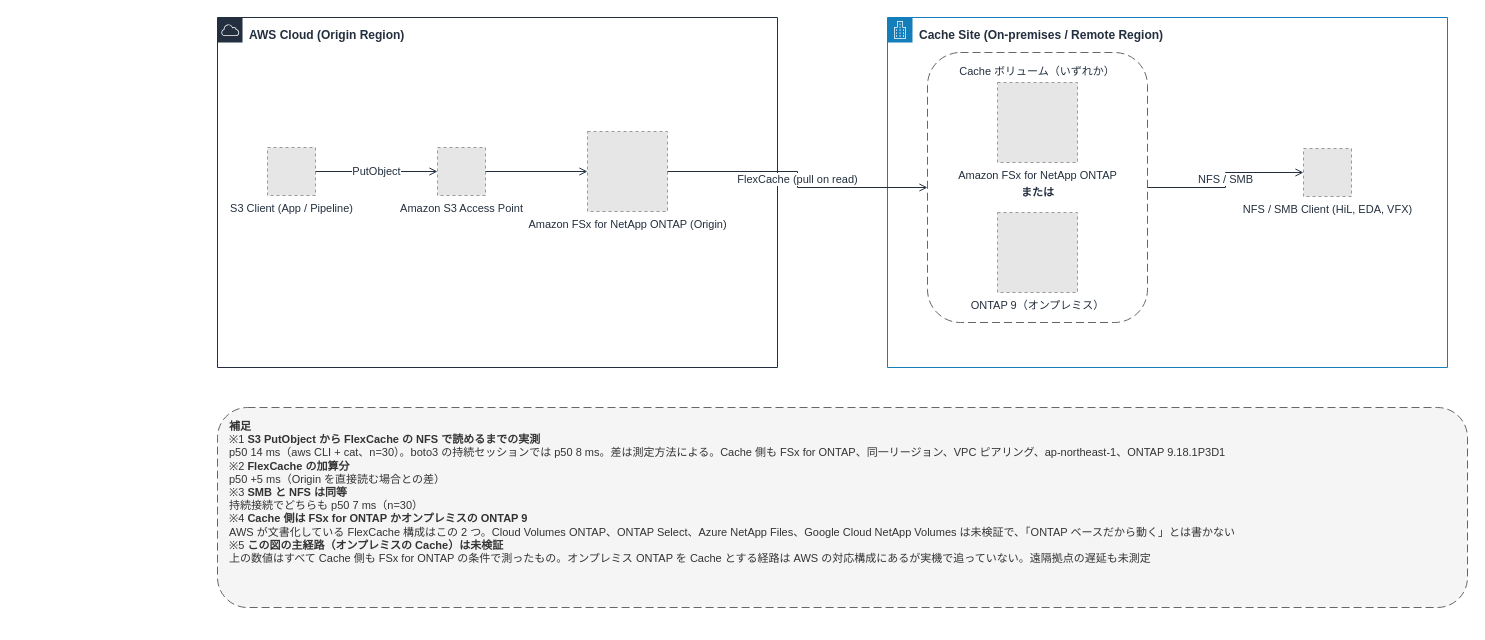
The draw.io diagram docs/_assets/diagrams/s3burst-architecture-overview.drawio in Yoshiki0705/S3-Burst-on-ONTAP-Files, before the edit. Source tidied: cells renumbered, new cells numbered last; positions are measured from the earlier drawing's top-left corner, leaving out a move shared by most shapes. Both pictures are drawn from the tidied source at 100%, with x=0, y=0 at pixel (217, 17). Pictures stored in the file or linked from it are replaced by grey dashed boxes.
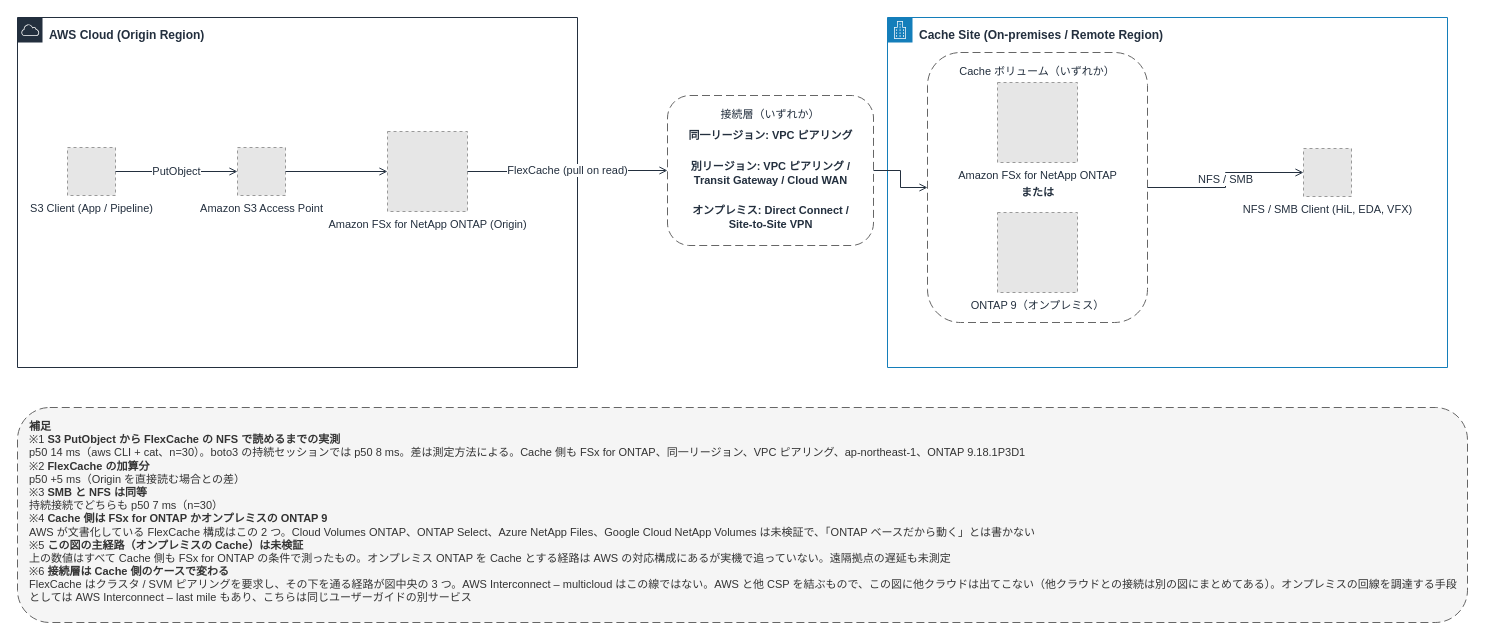
The same diagram, later.

Commit message (it also covers changes not shown here):
docs: draw the connectivity layer on the overview FlexCache link (#64)

Unchanged cells that the change refers to:
```xml
<mxCell id="4" value="Cache ボリューム（いずれか）" style="rounded=1;whiteSpace=wrap;html=1;dashed=1;dashPattern=8 4;strokeColor=#666666;fillColor=none;fontColor=#232F3E;fontSize=11;verticalAlign=top;align=center;spacingTop=6;" parent="1" vertex="1">
  <mxGeometry x="710" y="35" width="220" height="270" as="geometry" />
</mxCell>
```

Change to the diagram source:
```diff
@@
     <mxCell id="2" value="AWS Cloud (Origin Region)" style="gradientColor=none;html=1;whiteSpace=wrap;fontSize=12;fontStyle=1;fontColor=#232F3E;shape=mxgraph.aws4.group;grIcon=mxgraph.aws4.group_aws_cloud;strokeColor=#232F3E;fillColor=none;verticalAlign=top;align=left;spacingLeft=30;spacingTop=4;dashed=0;" parent="1" vertex="1">
-      <mxGeometry width="560" height="350" as="geometry" />
+      <mxGeometry x="-200" width="560" height="350" as="geometry" />
     </mxCell>
@@
+    <mxCell id="17" value="接続層（いずれか）" style="rounded=1;whiteSpace=wrap;html=1;dashed=1;dashPattern=8 4;strokeColor=#666666;fillColor=none;fontColor=#232F3E;fontSize=11;verticalAlign=top;align=center;spacingTop=6;" parent="1" vertex="1">
+      <mxGeometry x="450" y="78" width="206" height="150" as="geometry" />
+    </mxCell>
@@
+    <mxCell id="18" value="同一リージョン: VPC ピアリング" style="text;html=1;strokeColor=none;fillColor=none;align=center;verticalAlign=middle;fontSize=11;fontStyle=1;fontColor=#232F3E;" parent="1" vertex="1">
+      <mxGeometry x="458" y="108" width="190" height="20" as="geometry" />
+    </mxCell>
+    <mxCell id="19" value="別リージョン: VPC ピアリング /&lt;br&gt;Transit Gateway / Cloud WAN" style="text;html=1;strokeColor=none;fillColor=none;align=center;verticalAlign=middle;fontSize=11;fontStyle=1;fontColor=#232F3E;" parent="1" vertex="1">
+      <mxGeometry x="458" y="140" width="190" height="32" as="geometry" />
+    </mxCell>
+    <mxCell id="20" value="オンプレミス: Direct Connect /&lt;br&gt;Site-to-Site VPN" style="text;html=1;strokeColor=none;fillColor=none;align=center;verticalAlign=middle;fontSize=11;fontStyle=1;fontColor=#232F3E;" parent="1" vertex="1">
+      <mxGeometry x="458" y="184" width="190" height="32" as="geometry" />
+    </mxCell>
     <mxCell id="6" value="S3 Client (App / Pipeline)" style="fillColor=#E6E6E6;strokeColor=#999999;dashed=1;html=1;verticalLabelPosition=bottom;verticalAlign=top;labelPosition=center;align=center;fontSize=11;fontColor=#232F3E;" parent="1" vertex="1">
-      <mxGeometry x="50" y="130" width="48" height="48" as="geometry" />
+      <mxGeometry x="-150" y="130" width="48" height="48" as="geometry" />
     </mxCell>
     <mxCell id="7" value="Amazon S3 Access Point" style="fillColor=#E6E6E6;strokeColor=#999999;dashed=1;html=1;verticalLabelPosition=bottom;verticalAlign=top;labelPosition=center;align=center;fontSize=11;fontColor=#232F3E;" parent="1" vertex="1">
-      <mxGeometry x="220" y="130" width="48" height="48" as="geometry" />
+      <mxGeometry x="20" y="130" width="48" height="48" as="geometry" />
     </mxCell>
     <mxCell id="8" value="Amazon FSx for NetApp ONTAP (Origin)" style="fillColor=#E6E6E6;strokeColor=#999999;dashed=1;html=1;verticalLabelPosition=bottom;verticalAlign=top;labelPosition=center;align=center;fontSize=11;fontColor=#232F3E;" parent="1" vertex="1">
-      <mxGeometry x="370" y="114" width="80" height="80" as="geometry" />
+      <mxGeometry x="170" y="114" width="80" height="80" as="geometry" />
     </mxCell>
@@
-    <mxCell id="14" value="FlexCache (pull on read)" style="edgeStyle=orthogonalEdgeStyle;rounded=0;html=1;endArrow=open;endFill=0;strokeColor=#232F3E;strokeWidth=1;fontSize=11;fontColor=#232F3E;" parent="1" edge="1" source="8" target="4">
+    <mxCell id="14" value="FlexCache (pull on read)" style="edgeStyle=orthogonalEdgeStyle;rounded=0;html=1;endArrow=open;endFill=0;strokeColor=#232F3E;strokeWidth=1;fontSize=11;fontColor=#232F3E;" parent="1" edge="1" source="8" target="17">
       <mxGeometry relative="1" as="geometry" />
     </mxCell>
+    <mxCell id="21" style="edgeStyle=orthogonalEdgeStyle;rounded=0;html=1;endArrow=open;endFill=0;strokeColor=#232F3E;strokeWidth=1;fontSize=11;fontColor=#232F3E;" parent="1" edge="1" source="17" target="4">
+      <mxGeometry relative="1" as="geometry" />
+    </mxCell>
@@
-    <mxCell id="16" value="&lt;b&gt;補足&lt;/b&gt;&lt;br&gt;※1 &lt;b&gt;S3 PutObject から FlexCache の NFS で読めるまでの実測&lt;/b&gt;&lt;br&gt;p50 14 ms（aws CLI + cat、n=30）。boto3 の持続セッションでは p50 8 ms。差は測定方法による。Cache 側も FSx for ONTAP、同一リージョン、VPC ピアリング、ap-northeast-1、ONTAP 9.18.1P3D1&lt;br&gt;※2 &lt;b&gt;FlexCache の加算分&lt;/b&gt;&lt;br&gt;p50 +5 ms（Origin を直接読む場合との差）&lt;br&gt;※3 &lt;b&gt;SMB と NFS は同等&lt;/b&gt;&lt;br&gt;持続接続でどちらも p50 7 ms（n=30）&lt;br&gt;※4 &lt;b&gt;Cache 側は FSx for ONTAP かオンプレミスの ONTAP 9&lt;/b&gt;&lt;br&gt;AWS が文書化している FlexCache 構成はこの 2 つ。Cloud Volumes ONTAP、ONTAP Select、Azure NetApp Files、Google Cloud NetApp Volumes は未検証で、「ONTAP ベースだから動く」とは書かない&lt;br&gt;※5 &lt;b&gt;この図の主経路（オンプレミスの Cache）は未検証&lt;/b&gt;&lt;br&gt;上の数値はすべて Cache 側も FSx for ONTAP の条件で測ったもの。オンプレミス ONTAP を Cache とする経路は AWS の対応構成にあるが実機で追っていない。遠隔拠点の遅延も未測定" style="rounded=1;whiteSpace=wrap;html=1;dashed=1;dashPattern=8 4;strokeColor=#666666;fillColor=#F5F5F5;fontColor=#333333;fontSize=11;align=left;verticalAlign=top;spacingLeft=10;spacingTop=6;" parent="1" vertex="1">
-      <mxGeometry y="390" width="1250" height="200" as="geometry" />
+    <mxCell id="16" value="&lt;b&gt;補足&lt;/b&gt;&lt;br&gt;※1 &lt;b&gt;S3 PutObject から FlexCache の NFS で読めるまでの実測&lt;/b&gt;&lt;br&gt;p50 14 ms（aws CLI + cat、n=30）。boto3 の持続セッションでは p50 8 ms。差は測定方法による。Cache 側も FSx for ONTAP、同一リージョン、VPC ピアリング、ap-northeast-1、ONTAP 9.18.1P3D1&lt;br&gt;※2 &lt;b&gt;FlexCache の加算分&lt;/b&gt;&lt;br&gt;p50 +5 ms（Origin を直接読む場合との差）&lt;br&gt;※3 &lt;b&gt;SMB と NFS は同等&lt;/b&gt;&lt;br&gt;持続接続でどちらも p50 7 ms（n=30）&lt;br&gt;※4 &lt;b&gt;Cache 側は FSx for ONTAP かオンプレミスの ONTAP 9&lt;/b&gt;&lt;br&gt;AWS が文書化している FlexCache 構成はこの 2 つ。Cloud Volumes ONTAP、ONTAP Select、Azure NetApp Files、Google Cloud NetApp Volumes は未検証で、「ONTAP ベースだから動く」とは書かない&lt;br&gt;※5 &lt;b&gt;この図の主経路（オンプレミスの Cache）は未検証&lt;/b&gt;&lt;br&gt;上の数値はすべて Cache 側も FSx for ONTAP の条件で測ったもの。オンプレミス ONTAP を Cache とする経路は AWS の対応構成にあるが実機で追っていない。遠隔拠点の遅延も未測定&lt;br&gt;※6 &lt;b&gt;接続層は Cache 側のケースで変わる&lt;/b&gt;&lt;br&gt;FlexCache はクラスタ / SVM ピアリングを要求し、その下を通る経路が図中央の 3 つ。AWS Interconnect – multicloud はこの線ではない。AWS と他 CSP を結ぶもので、この図に他クラウドは出てこない（他クラウドとの接続は別の図にまとめてある）。オンプレミスの回線を調達する手段としては AWS Interconnect – last mile もあり、こちらは同じユーザーガイドの別サービス" style="rounded=1;whiteSpace=wrap;html=1;dashed=1;dashPattern=8 4;strokeColor=#666666;fillColor=#F5F5F5;fontColor=#333333;fontSize=11;align=left;verticalAlign=top;spacingLeft=10;spacingTop=6;" parent="1" vertex="1">
+      <mxGeometry x="-200" y="390" width="1450" height="215" as="geometry" />
     </mxCell>
```
